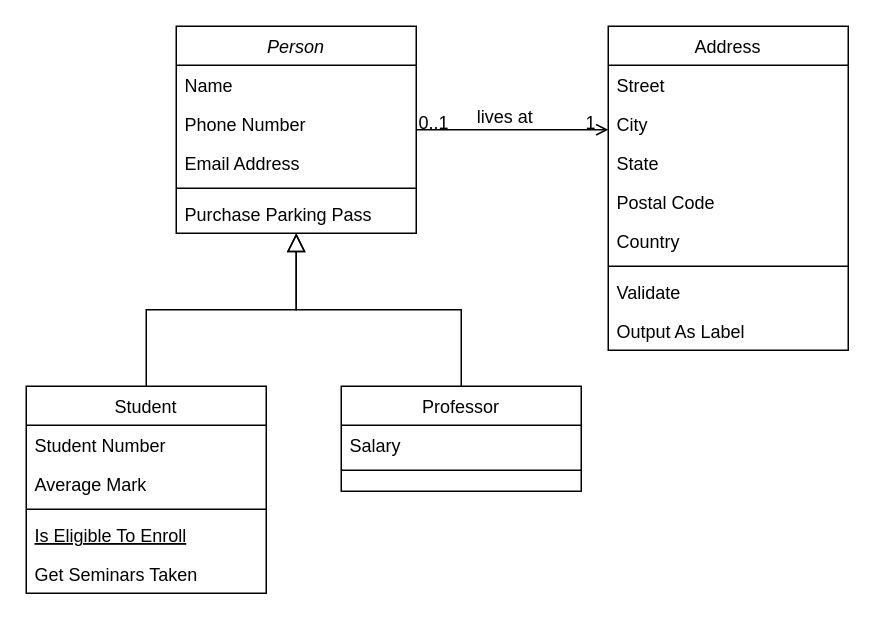
Above: _posts/Untitled Diagram.drawio in MiaG123/enhancement-2 (draw.io), before the change. Source tidied: cells renumbered, new cells numbered last; positions are measured from the earlier drawing's top-left corner, leaving out a move shared by most shapes. Both pictures are drawn from the tidied source at 150%, with x=0, y=0 at pixel (26, 26).
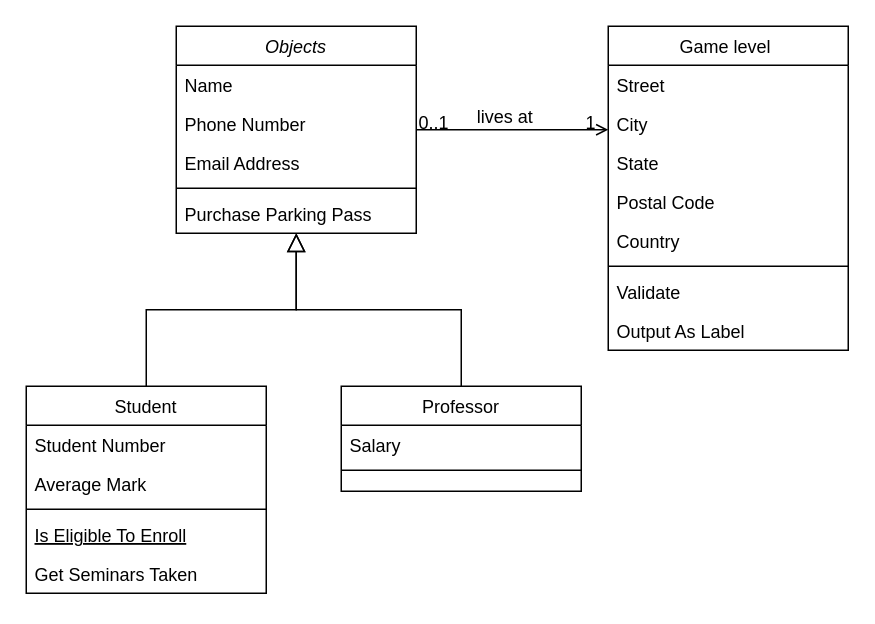
The same diagram, later.

The edit, as a diff of the source:
```diff
@@
-    <mxCell id="2" value="Person" style="swimlane;fontStyle=2;align=center;verticalAlign=top;horizontal=1;startSize=26;rounded=0;shadow=0;strokeWidth=1;" parent="1" vertex="1">
+    <mxCell id="2" value="Objects" style="swimlane;fontStyle=2;align=center;verticalAlign=top;horizontal=1;startSize=26;rounded=0;shadow=0;strokeWidth=1;" parent="1" vertex="1">
       <mxGeometry x="100" width="160" height="138" as="geometry" />
     </mxCell>
@@
-    <mxCell id="19" value="Address" style="swimlane;fontStyle=0;align=center;verticalAlign=top;horizontal=1;startSize=26;rounded=0;shadow=0;strokeWidth=1;" parent="1" vertex="1">
+    <mxCell id="19" value="Game level " style="swimlane;fontStyle=0;align=center;verticalAlign=top;horizontal=1;startSize=26;rounded=0;shadow=0;strokeWidth=1;" parent="1" vertex="1">
       <mxGeometry x="388" width="160" height="216" as="geometry" />
     </mxCell>
```
